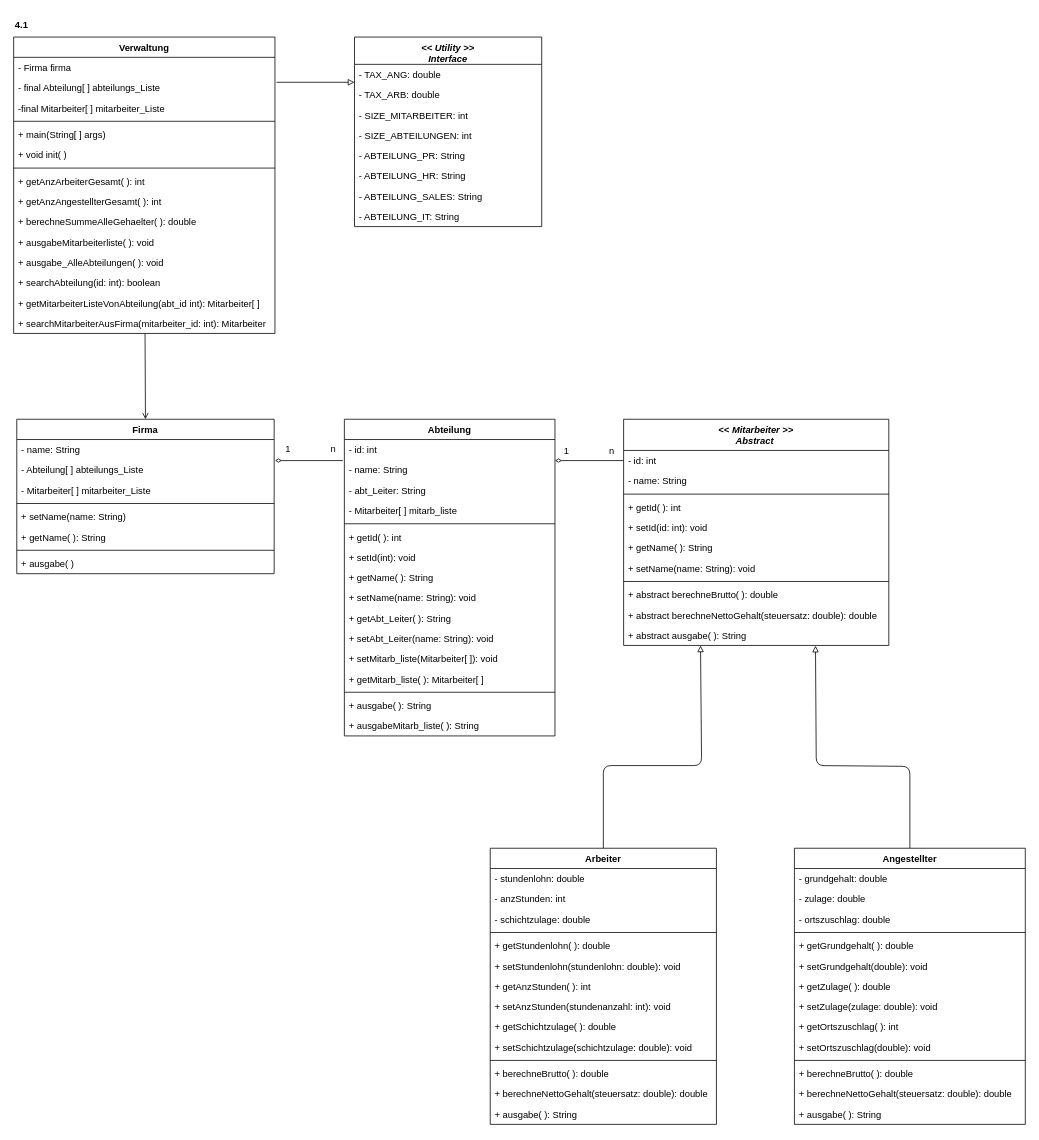
This is FirmaV4_1_ClassDiagram.drawio from mbalabanov/ClassDiagramFirmaV4_1, a draw.io file, before an edit. Source tidied: cells renumbered, new cells numbered last; positions are measured from the earlier drawing's top-left corner, leaving out a move shared by most shapes. Both pictures are drawn from the tidied source at 78%, with x=0, y=0 at pixel (13, 13).
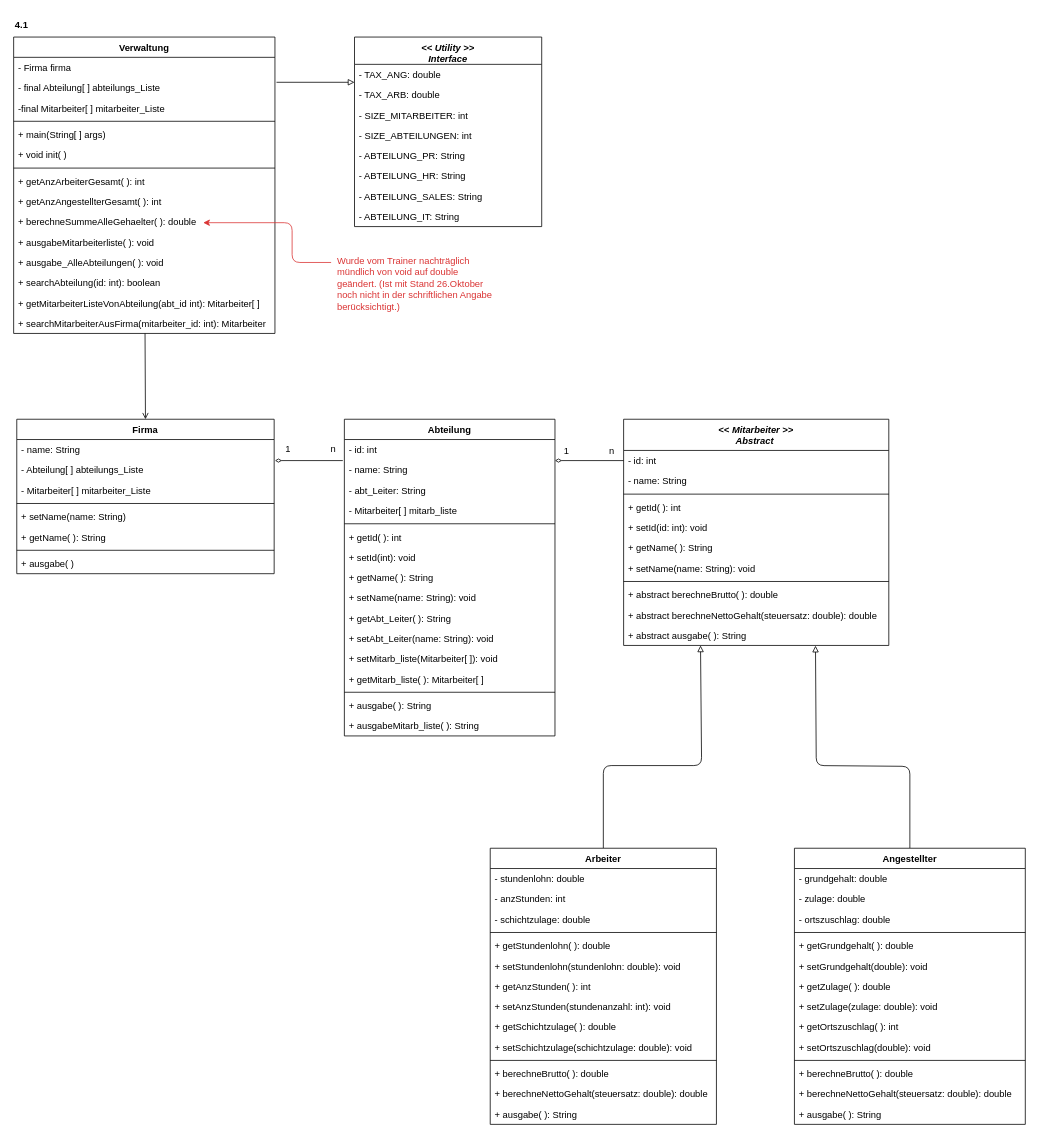
The same page after the edit.

Commit message (it also covers changes not shown here):
Updates UML Class Diagrams

The change refers to these unchanged cells:
```xml
<mxCell id="47" value="Verwaltung" style="swimlane;fontStyle=1;align=center;verticalAlign=top;horizontal=1;startSize=26;" parent="1" vertex="1">
  <mxGeometry y="30" width="335" height="380" as="geometry" />
</mxCell>
```

What changed in the source:
```diff
@@
+    <mxCell id="106" style="endArrow=classic;html=1;fontColor=#DA3434;strokeColor=#DA3434;" parent="47" edge="1">
+      <mxGeometry relative="1" as="geometry">
+        <mxPoint x="407" y="289" as="sourcePoint" />
+        <mxPoint x="243" y="238" as="targetPoint" />
+        <Array as="points">
+          <mxPoint x="357" y="289" />
+          <mxPoint x="357" y="238" />
+        </Array>
+      </mxGeometry>
+    </mxCell>
@@
+    <mxCell id="107" value="Wurde vom Trainer nachträglich mündlich von void auf double geändert. (Ist mit Stand 26.Oktober noch nicht in der schriftlichen Angabe berücksichtigt.)" style="text;html=1;strokeColor=none;fillColor=none;align=left;verticalAlign=top;whiteSpace=wrap;rounded=0;fontColor=#DA3434;" parent="1" vertex="1">
+      <mxGeometry x="413" y="304" width="210" height="90" as="geometry" />
+    </mxCell>
```
